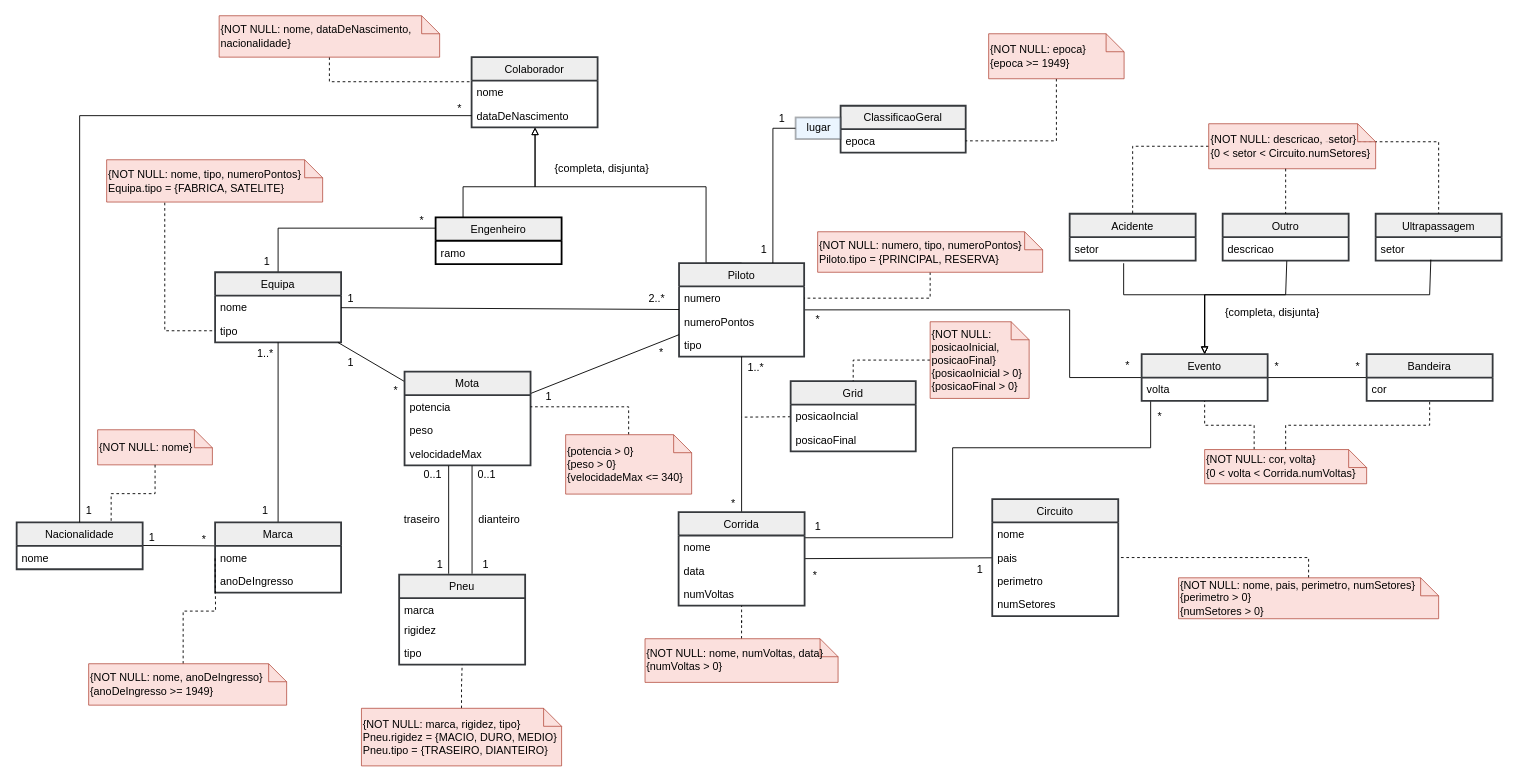
The draw.io diagram MotoGP-UML-Module.drawio in alexandreggc/BD_MotoGP_Project, before the edit. Source tidied: cells renumbered, new cells numbered last; positions are measured from the earlier drawing's top-left corner, leaving out a move shared by most shapes. Both pictures are drawn from the tidied source at 90%, with x=0, y=0 at pixel (16, 15).
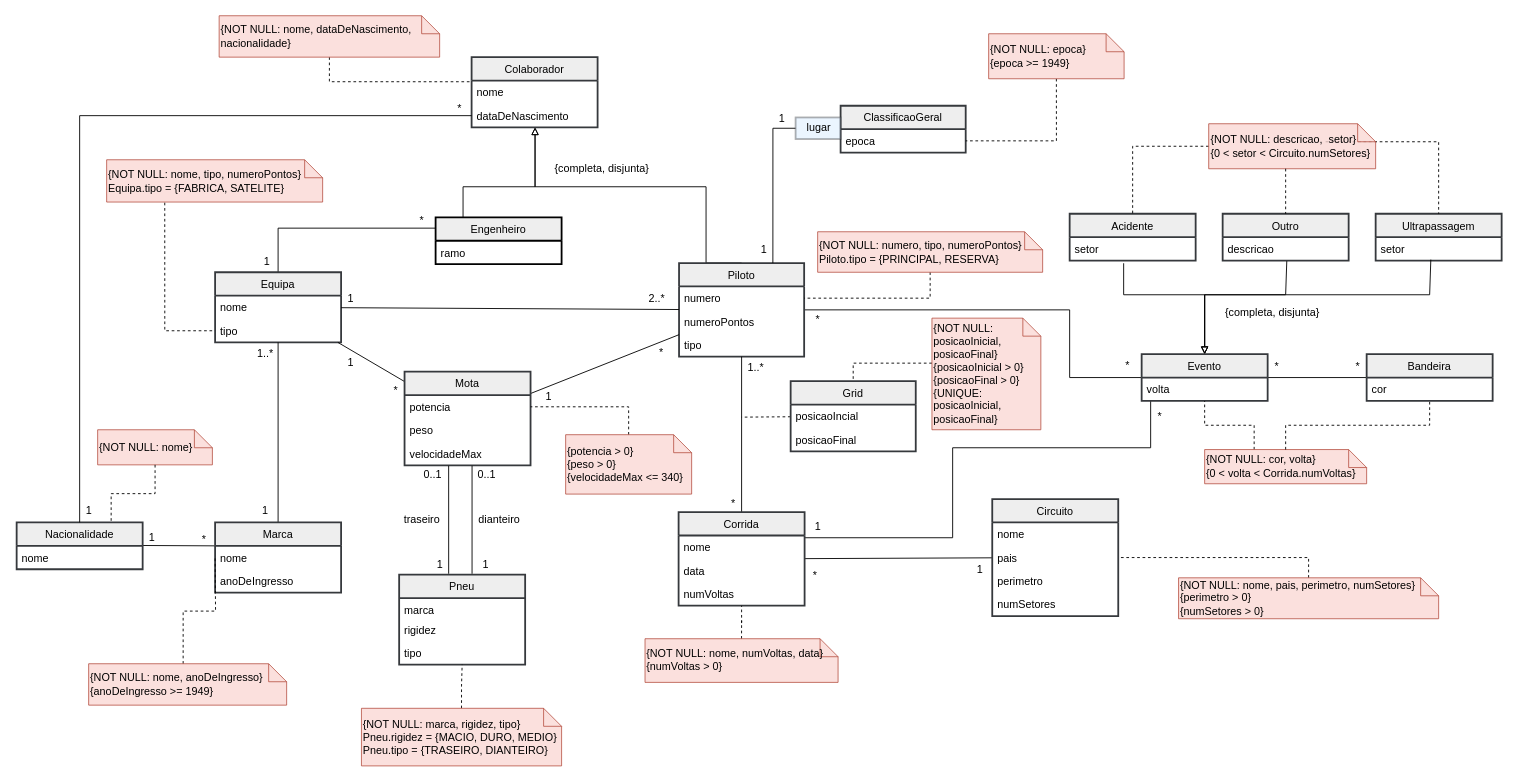
Above is the later version.

Commit message:
Adicionado UNIQUE a Grid no modelo UML

The change refers to these unchanged cells:
```xml
<mxCell id="75" value="Grid" style="swimlane;fontStyle=0;horizontal=1;startSize=26;fillColor=#eeeeee;strokeWidth=2;strokeColor=#36393d;" parent="1" vertex="1">
  <mxGeometry x="860" y="406" width="139" height="78" as="geometry" />
</mxCell>
```

The edit, as a diff of the source:
```diff
@@
-    <mxCell id="112" style="edgeStyle=orthogonalEdgeStyle;rounded=0;sketch=0;jumpSize=6;jettySize=auto;html=1;exitX=0;exitY=0.5;exitDx=0;exitDy=0;exitPerimeter=0;entryX=0.5;entryY=0;entryDx=0;entryDy=0;dashed=1;startArrow=none;startFill=0;endArrow=none;endFill=0;targetPerimeterSpacing=0;strokeWidth=1;" parent="1" edge="1" source="113" target="75">
-      <mxGeometry relative="1" as="geometry" />
+    <mxCell id="112" style="edgeStyle=orthogonalEdgeStyle;rounded=0;sketch=0;jumpSize=6;jettySize=auto;html=1;entryX=0.5;entryY=0;entryDx=0;entryDy=0;dashed=1;startArrow=none;startFill=0;endArrow=none;endFill=0;targetPerimeterSpacing=0;strokeWidth=1;" parent="1" edge="1" source="113" target="75">
+      <mxGeometry relative="1" as="geometry">
+        <Array as="points">
+          <mxPoint x="930" y="386" />
+        </Array>
+      </mxGeometry>
     </mxCell>
-    <mxCell id="113" value="&lt;span&gt;{NOT NULL: posicaoInicial, posicaoFinal}&lt;br&gt;{posicaoInicial &amp;gt; 0}&lt;br&gt;{posicaoFinal &amp;gt; 0}&lt;br&gt;&lt;/span&gt;" style="shape=note;size=20;whiteSpace=wrap;html=1;align=left;strokeColor=#ae4132;fillColor=#fad9d5;opacity=80;" parent="1" vertex="1">
-      <mxGeometry x="1015" y="340" width="110" height="85.2" as="geometry" />
+    <mxCell id="113" value="&lt;span&gt;{NOT NULL: posicaoInicial, posicaoFinal}&lt;br&gt;{posicaoInicial &amp;gt; 0}&lt;br&gt;{posicaoFinal &amp;gt; 0}&lt;br&gt;{UNIQUE:&lt;br&gt;&lt;/span&gt;posicaoInicial,&lt;br&gt;posicaoFinal}&lt;span&gt;&lt;br&gt;&lt;/span&gt;" style="shape=note;size=20;whiteSpace=wrap;html=1;align=left;strokeColor=#ae4132;fillColor=#fad9d5;opacity=80;" parent="1" vertex="1">
+      <mxGeometry x="1017" y="336" width="121" height="124" as="geometry" />
     </mxCell>
```
